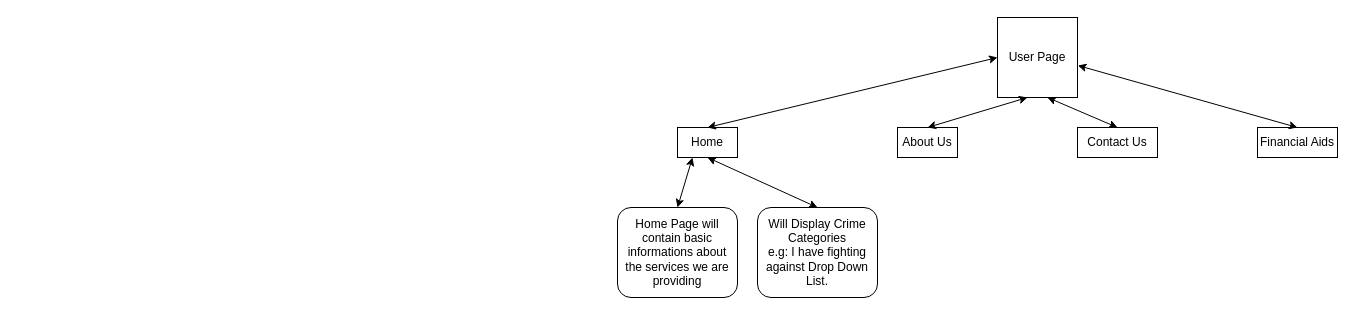
Earlier version of the draw.io diagram RoadMap-Home-1.drawio (Devb1242/HopeGuide). Source tidied: cells renumbered, new cells numbered last; positions are measured from the earlier drawing's top-left corner, leaving out a move shared by most shapes. Both pictures are drawn from the tidied source at 100%, with x=0, y=0 at pixel (617, 17).
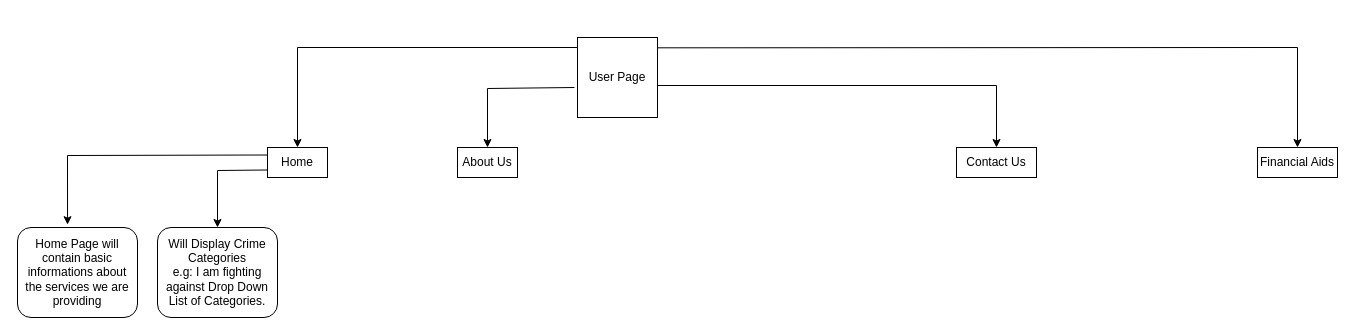
Above is the later version.

Diff of the diagram source:
```diff
@@
     <mxCell id="2" value="User Page" style="whiteSpace=wrap;html=1;" parent="1" vertex="1">
-      <mxGeometry x="380" width="80" height="80" as="geometry" />
+      <mxGeometry x="-40" y="20" width="80" height="80" as="geometry" />
     </mxCell>
     <mxCell id="3" value="Home" style="rounded=0;whiteSpace=wrap;html=1;" parent="1" vertex="1">
-      <mxGeometry x="60" y="110" width="60" height="30" as="geometry" />
+      <mxGeometry x="-350" y="130" width="60" height="30" as="geometry" />
     </mxCell>
-    <mxCell id="4" style="endArrow=classic;startArrow=classic;html=1;rounded=0;exitX=0.5;exitY=0;exitDx=0;exitDy=0;entryX=0;entryY=0.5;entryDx=0;entryDy=0;" parent="1" edge="1" source="3" target="2">
-      <mxGeometry relative="1" as="geometry" />
-    </mxCell>
     <mxCell id="5" value="About Us" style="rounded=0;whiteSpace=wrap;html=1;" parent="1" vertex="1">
-      <mxGeometry x="280" y="110" width="60" height="30" as="geometry" />
+      <mxGeometry x="-160" y="130" width="60" height="30" as="geometry" />
     </mxCell>
     <mxCell id="6" value="Contact Us" style="rounded=0;whiteSpace=wrap;html=1;" parent="1" vertex="1">
-      <mxGeometry x="460" y="110" width="80" height="30" as="geometry" />
+      <mxGeometry x="339" y="130" width="80" height="30" as="geometry" />
     </mxCell>
-    <mxCell id="7" style="endArrow=classic;startArrow=classic;html=1;rounded=0;exitX=0.5;exitY=0;exitDx=0;exitDy=0;" parent="1" edge="1" source="5">
-      <mxGeometry relative="1" as="geometry">
-        <mxPoint x="410" y="80" as="targetPoint" />
-      </mxGeometry>
-    </mxCell>
-    <mxCell id="8" style="endArrow=classic;startArrow=classic;html=1;rounded=0;exitX=0.5;exitY=0;exitDx=0;exitDy=0;" parent="1" edge="1" source="6">
-      <mxGeometry relative="1" as="geometry">
-        <mxPoint x="430" y="80" as="targetPoint" />
-      </mxGeometry>
-    </mxCell>
     <mxCell id="9" value="Home Page will contain basic informations about the services we are providing" style="rounded=1;whiteSpace=wrap;html=1;" parent="1" vertex="1">
-      <mxGeometry y="190" width="120" height="90" as="geometry" />
+      <mxGeometry x="-600" y="210" width="120" height="90" as="geometry" />
     </mxCell>
-    <mxCell id="10" style="endArrow=classic;startArrow=classic;html=1;rounded=0;exitX=0.5;exitY=0;exitDx=0;exitDy=0;entryX=0.25;entryY=1;entryDx=0;entryDy=0;" parent="1" edge="1" source="9" target="3">
-      <mxGeometry relative="1" as="geometry" />
-    </mxCell>
-    <mxCell id="11" value="Will Display Crime Categories&lt;div&gt;e.g: I have fighting against Drop Down List.&lt;/div&gt;" style="rounded=1;whiteSpace=wrap;html=1;" parent="1" vertex="1">
-      <mxGeometry x="140" y="190" width="120" height="90" as="geometry" />
+    <mxCell id="11" value="Will Display Crime Categories&lt;div&gt;e.g: I am fighting against Drop Down List of Categories.&lt;/div&gt;" style="rounded=1;whiteSpace=wrap;html=1;" parent="1" vertex="1">
+      <mxGeometry x="-460" y="210" width="120" height="90" as="geometry" />
     </mxCell>
-    <mxCell id="12" style="endArrow=classic;startArrow=classic;html=1;rounded=0;exitX=0.5;exitY=0;exitDx=0;exitDy=0;entryX=0.5;entryY=1;entryDx=0;entryDy=0;" parent="1" edge="1" source="11" target="3">
-      <mxGeometry relative="1" as="geometry" />
-    </mxCell>
     <mxCell id="13" value="Financial Aids" style="rounded=0;whiteSpace=wrap;html=1;" parent="1" vertex="1">
-      <mxGeometry x="640" y="110" width="80" height="30" as="geometry" />
+      <mxGeometry x="640" y="130" width="80" height="30" as="geometry" />
     </mxCell>
-    <mxCell id="14" style="endArrow=classic;startArrow=classic;html=1;rounded=0;exitX=0.5;exitY=0;exitDx=0;exitDy=0;entryX=1.005;entryY=0.6;entryDx=0;entryDy=0;entryPerimeter=0;" parent="1" edge="1" source="13" target="2">
-      <mxGeometry relative="1" as="geometry" />
-    </mxCell>
+    <mxCell id="15" style="endArrow=classic;html=1;rounded=0;exitX=0;exitY=0.125;exitDx=0;exitDy=0;exitPerimeter=0;entryX=0.5;entryY=0;entryDx=0;entryDy=0;" parent="1" edge="1" source="2" target="3">
+      <mxGeometry relative="1" as="geometry">
+        <Array as="points">
+          <mxPoint x="-320" y="30" />
+        </Array>
+      </mxGeometry>
+    </mxCell>
+    <mxCell id="16" style="endArrow=classic;html=1;rounded=0;exitX=0.995;exitY=0.129;exitDx=0;exitDy=0;entryX=0.5;entryY=0;entryDx=0;entryDy=0;exitPerimeter=0;" parent="1" edge="1" source="2" target="13">
+      <mxGeometry relative="1" as="geometry">
+        <Array as="points">
+          <mxPoint x="680" y="30" />
+        </Array>
+      </mxGeometry>
+    </mxCell>
+    <mxCell id="17" style="endArrow=classic;html=1;rounded=0;exitX=-0.038;exitY=0.625;exitDx=0;exitDy=0;exitPerimeter=0;" parent="1" edge="1" source="2">
+      <mxGeometry relative="1" as="geometry">
+        <mxPoint x="-130" y="130" as="targetPoint" />
+        <Array as="points">
+          <mxPoint x="-130" y="71" />
+        </Array>
+      </mxGeometry>
+    </mxCell>
+    <mxCell id="18" style="endArrow=classic;html=1;rounded=0;entryX=0.5;entryY=0;entryDx=0;entryDy=0;exitX=1;exitY=0.5;exitDx=0;exitDy=0;" parent="1" edge="1" target="6">
+      <mxGeometry relative="1" as="geometry">
+        <mxPoint x="40" y="68" as="sourcePoint" />
+        <Array as="points">
+          <mxPoint x="379" y="68" />
+        </Array>
+      </mxGeometry>
+    </mxCell>
+    <mxCell id="19" style="endArrow=classic;html=1;rounded=0;exitX=0;exitY=0.25;exitDx=0;exitDy=0;entryX=0.417;entryY=-0.031;entryDx=0;entryDy=0;entryPerimeter=0;" parent="1" edge="1" source="3" target="9">
+      <mxGeometry relative="1" as="geometry">
+        <Array as="points">
+          <mxPoint x="-550" y="138" />
+        </Array>
+      </mxGeometry>
+    </mxCell>
+    <mxCell id="20" style="endArrow=classic;html=1;rounded=0;entryX=0.5;entryY=0;entryDx=0;entryDy=0;exitX=0;exitY=0.75;exitDx=0;exitDy=0;" parent="1" edge="1" source="3" target="11">
+      <mxGeometry relative="1" as="geometry">
+        <Array as="points">
+          <mxPoint x="-400" y="153" />
+        </Array>
+      </mxGeometry>
+    </mxCell>
```
